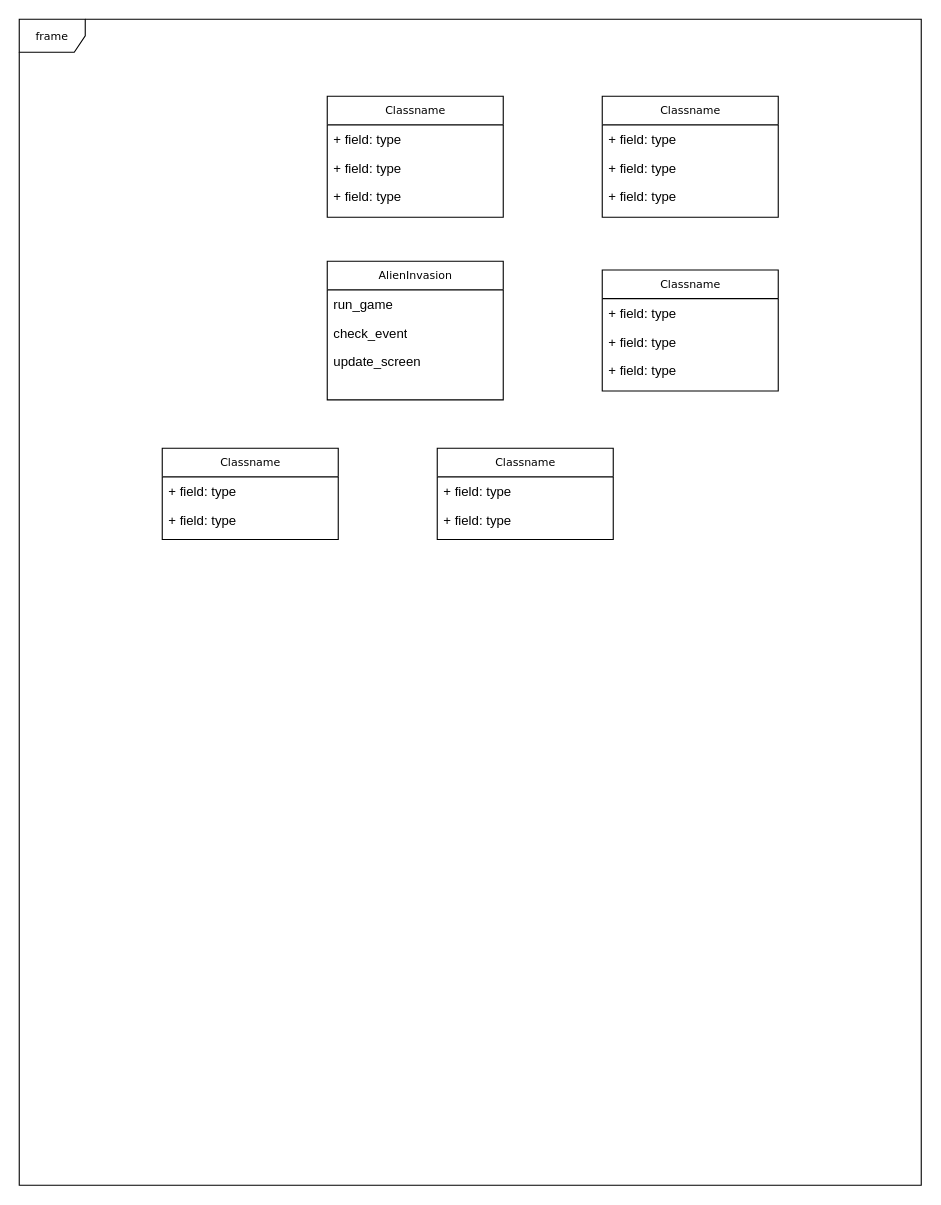
This is Class Diagram.drawio from zhoujing204/alien_invasion, a draw.io file, before an edit. Source tidied: cells renumbered, new cells numbered last; positions are measured from the earlier drawing's top-left corner, leaving out a move shared by most shapes. Both pictures are drawn from the tidied source at 110%, with x=0, y=0 at pixel (19, 19).
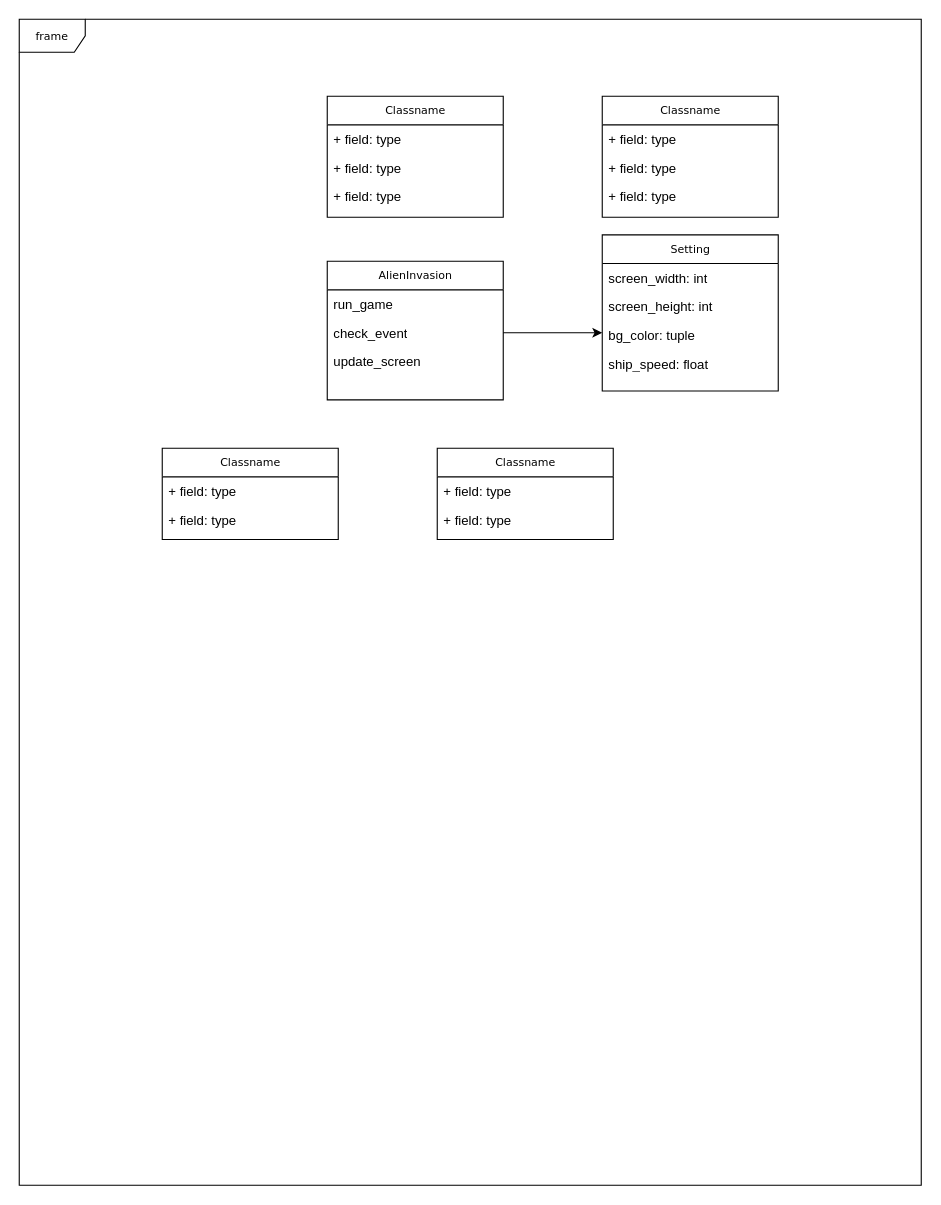
Above is the later version.

The change refers to these unchanged cells:
```xml
<mxCell id="5" value="check_event" style="text;html=1;strokeColor=none;fillColor=none;align=left;verticalAlign=top;spacingLeft=4;spacingRight=4;whiteSpace=wrap;overflow=hidden;points=[[0,0.5],[1,0.5]];portConstraint=eastwest;" parent="3" vertex="1">
  <mxGeometry y="52" width="160" height="26" as="geometry" />
</mxCell>
```

What changed in the source:
```diff
@@
-    <mxCell id="18" value="Classname" style="swimlane;html=1;fontStyle=0;horizontal=1;startSize=26;fillColor=none;swimlaneFillColor=#ffffff;rounded=0;shadow=0;comic=0;labelBackgroundColor=none;strokeWidth=1;fontFamily=Verdana;fontSize=10;align=center;" parent="1" vertex="1">
-      <mxGeometry x="530" y="228" width="160" height="110" as="geometry" />
+    <mxCell id="18" value="Setting" style="swimlane;html=1;fontStyle=0;horizontal=1;startSize=26;fillColor=none;swimlaneFillColor=#ffffff;rounded=0;shadow=0;comic=0;labelBackgroundColor=none;strokeWidth=1;fontFamily=Verdana;fontSize=10;align=center;" parent="1" vertex="1">
+      <mxGeometry x="530" y="196" width="160" height="142" as="geometry" />
     </mxCell>
-    <mxCell id="19" value="+ field: type" style="text;html=1;strokeColor=none;fillColor=none;align=left;verticalAlign=top;spacingLeft=4;spacingRight=4;whiteSpace=wrap;overflow=hidden;" parent="18" vertex="1">
+    <mxCell id="19" value="screen_width: int" style="text;html=1;strokeColor=none;fillColor=none;align=left;verticalAlign=top;spacingLeft=4;spacingRight=4;whiteSpace=wrap;overflow=hidden;" parent="18" vertex="1">
       <mxGeometry y="26" width="160" height="26" as="geometry" />
     </mxCell>
-    <mxCell id="20" value="+ field: type" style="text;html=1;strokeColor=none;fillColor=none;align=left;verticalAlign=top;spacingLeft=4;spacingRight=4;whiteSpace=wrap;overflow=hidden;" parent="18" vertex="1">
+    <mxCell id="20" value="screen_height: int" style="text;html=1;strokeColor=none;fillColor=none;align=left;verticalAlign=top;spacingLeft=4;spacingRight=4;whiteSpace=wrap;overflow=hidden;" parent="18" vertex="1">
       <mxGeometry y="52" width="160" height="26" as="geometry" />
     </mxCell>
-    <mxCell id="21" value="+ field: type" style="text;html=1;strokeColor=none;fillColor=none;align=left;verticalAlign=top;spacingLeft=4;spacingRight=4;whiteSpace=wrap;overflow=hidden;points=[[0,0.5],[1,0.5]];portConstraint=eastwest;" parent="18" vertex="1">
+    <mxCell id="21" value="bg_color: tuple" style="text;html=1;strokeColor=none;fillColor=none;align=left;verticalAlign=top;spacingLeft=4;spacingRight=4;whiteSpace=wrap;overflow=hidden;points=[[0,0.5],[1,0.5]];portConstraint=eastwest;" parent="18" vertex="1">
       <mxGeometry y="78" width="160" height="26" as="geometry" />
     </mxCell>
+    <mxCell id="25" value="ship_speed: float&lt;br&gt;" style="text;html=1;strokeColor=none;fillColor=none;align=left;verticalAlign=top;spacingLeft=4;spacingRight=4;whiteSpace=wrap;overflow=hidden;" parent="18" vertex="1">
+      <mxGeometry y="104" width="160" height="26" as="geometry" />
+    </mxCell>
@@
+    <mxCell id="26" style="edgeStyle=orthogonalEdgeStyle;rounded=0;jettySize=auto;html=1;" parent="1" edge="1" source="5" target="21">
+      <mxGeometry relative="1" as="geometry">
+        <Array as="points">
+          <mxPoint x="500" y="285" />
+          <mxPoint x="500" y="285" />
+        </Array>
+      </mxGeometry>
+    </mxCell>
```
